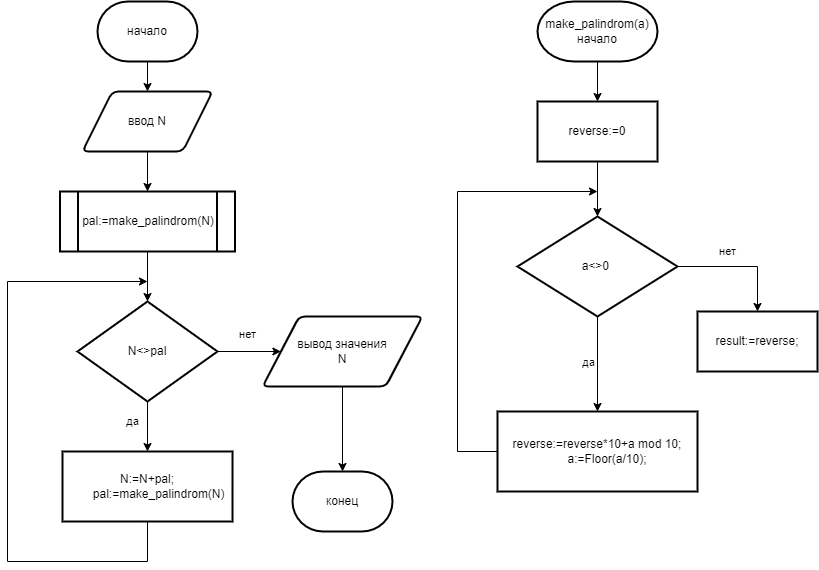
Before: lab1_dop.png, a diagram exported from draw.io (MarkOstapchuk/lab-1). Source tidied: cells renumbered, new cells last; positions are measured from the earlier drawing's top-left corner, leaving out a move shared by most shapes. Source of this version:
```xml
<mxGraphModel>
  <root>
    <mxCell id="0" />
    <mxCell id="1" parent="0" />
    <mxCell id="2" value="начало" style="strokeWidth=2;html=1;shape=mxgraph.flowchart.terminator;whiteSpace=wrap;" parent="1" vertex="1">
      <mxGeometry x="90" width="100" height="60" as="geometry" />
    </mxCell>
    <mxCell id="3" value="ввод N" style="shape=parallelogram;html=1;strokeWidth=2;perimeter=parallelogramPerimeter;whiteSpace=wrap;rounded=1;arcSize=12;size=0.23;" parent="1" vertex="1">
      <mxGeometry x="75" y="90" width="130" height="60" as="geometry" />
    </mxCell>
    <mxCell id="4" style="endArrow=classic;html=1;rounded=0;entryX=0.5;entryY=0;entryDx=0;entryDy=0;exitX=0.5;exitY=1;exitDx=0;exitDy=0;exitPerimeter=0;" parent="1" edge="1" source="2" target="3">
      <mxGeometry relative="1" as="geometry" />
    </mxCell>
    <mxCell id="5" style="endArrow=classic;html=1;rounded=0;exitX=0.5;exitY=1;exitDx=0;exitDy=0;entryX=0.5;entryY=0;entryDx=0;entryDy=0;" parent="1" edge="1" source="3" target="6">
      <mxGeometry relative="1" as="geometry" />
    </mxCell>
    <mxCell id="6" value="pal:=make_palindrom(N)" style="shape=process;whiteSpace=wrap;html=1;backgroundOutline=1;strokeWidth=2;" parent="1" vertex="1">
      <mxGeometry x="52.5" y="190" width="175" height="60" as="geometry" />
    </mxCell>
    <mxCell id="7" style="endArrow=classic;html=1;rounded=0;exitX=0.5;exitY=1;exitDx=0;exitDy=0;entryX=0.5;entryY=0;entryDx=0;entryDy=0;entryPerimeter=0;" parent="1" edge="1" source="6" target="8">
      <mxGeometry relative="1" as="geometry" />
    </mxCell>
    <mxCell id="8" value="N&amp;lt;&amp;gt;pal" style="strokeWidth=2;html=1;shape=mxgraph.flowchart.decision;whiteSpace=wrap;" parent="1" vertex="1">
      <mxGeometry x="70" y="300" width="140" height="100" as="geometry" />
    </mxCell>
    <mxCell id="9" value="да" style="endArrow=classic;html=1;rounded=0;exitX=0.5;exitY=1;exitDx=0;exitDy=0;exitPerimeter=0;entryX=0.5;entryY=0;entryDx=0;entryDy=0;spacingRight=30;spacingBottom=11;" parent="1" edge="1" source="8" target="10">
      <mxGeometry relative="1" as="geometry" />
    </mxCell>
    <mxCell id="10" value="&lt;div&gt;N:=N+pal;&lt;/div&gt;&lt;div&gt;&amp;nbsp; &amp;nbsp; &amp;nbsp; &amp;nbsp;pal:=make_palindrom(N)&lt;/div&gt;" style="rounded=0;whiteSpace=wrap;html=1;strokeWidth=2;" parent="1" vertex="1">
      <mxGeometry x="55" y="450" width="170" height="70" as="geometry" />
    </mxCell>
    <mxCell id="11" style="endArrow=classic;html=1;rounded=0;exitX=0.5;exitY=1;exitDx=0;exitDy=0;" parent="1" edge="1" source="10">
      <mxGeometry relative="1" as="geometry">
        <mxPoint x="140" y="280" as="targetPoint" />
        <Array as="points">
          <mxPoint x="140" y="560" />
          <mxPoint y="560" />
          <mxPoint y="280" />
        </Array>
      </mxGeometry>
    </mxCell>
    <mxCell id="12" value="нет" style="endArrow=classic;html=1;rounded=0;exitX=1;exitY=0.5;exitDx=0;exitDy=0;exitPerimeter=0;entryX=0;entryY=0.5;entryDx=0;entryDy=0;spacingBottom=15;" parent="1" edge="1" source="8" target="13">
      <mxGeometry x="-0.05" y="10" relative="1" as="geometry" />
    </mxCell>
    <mxCell id="13" value="вывод значения&lt;br&gt;N" style="shape=parallelogram;html=1;strokeWidth=2;perimeter=parallelogramPerimeter;whiteSpace=wrap;rounded=1;arcSize=12;size=0.23;" parent="1" vertex="1">
      <mxGeometry x="255" y="315" width="160" height="70" as="geometry" />
    </mxCell>
    <mxCell id="14" style="endArrow=classic;html=1;rounded=0;exitX=0.5;exitY=1;exitDx=0;exitDy=0;entryX=0.5;entryY=0;entryDx=0;entryDy=0;entryPerimeter=0;" parent="1" edge="1" source="13" target="15">
      <mxGeometry relative="1" as="geometry" />
    </mxCell>
    <mxCell id="15" value="конец" style="strokeWidth=2;html=1;shape=mxgraph.flowchart.terminator;whiteSpace=wrap;" parent="1" vertex="1">
      <mxGeometry x="285" y="470" width="100" height="60" as="geometry" />
    </mxCell>
    <mxCell id="16" value="make_palindrom(a)&lt;br&gt;начало" style="strokeWidth=2;html=1;shape=mxgraph.flowchart.terminator;whiteSpace=wrap;" parent="1" vertex="1">
      <mxGeometry x="530" width="120" height="60" as="geometry" />
    </mxCell>
    <mxCell id="17" value="reverse:=0" style="rounded=0;whiteSpace=wrap;html=1;strokeWidth=2;" parent="1" vertex="1">
      <mxGeometry x="530" y="100" width="120" height="60" as="geometry" />
    </mxCell>
    <mxCell id="18" style="endArrow=classic;html=1;rounded=0;entryX=0.5;entryY=0;entryDx=0;entryDy=0;exitX=0.5;exitY=1;exitDx=0;exitDy=0;exitPerimeter=0;" parent="1" edge="1" source="16" target="17">
      <mxGeometry relative="1" as="geometry" />
    </mxCell>
    <mxCell id="19" style="endArrow=classic;html=1;rounded=0;exitX=0.5;exitY=1;exitDx=0;exitDy=0;entryX=0.5;entryY=0;entryDx=0;entryDy=0;entryPerimeter=0;" parent="1" edge="1" source="17" target="20">
      <mxGeometry relative="1" as="geometry" />
    </mxCell>
    <mxCell id="20" value="a&amp;lt;&amp;gt;0&amp;nbsp;" style="strokeWidth=2;html=1;shape=mxgraph.flowchart.decision;whiteSpace=wrap;" parent="1" vertex="1">
      <mxGeometry x="510" y="215" width="160" height="100" as="geometry" />
    </mxCell>
    <mxCell id="21" value="&lt;div&gt;reverse:=reverse*10+a mod 10;&lt;/div&gt;&lt;div&gt;&amp;nbsp; &amp;nbsp; &amp;nbsp; a:=Floor(a/10);&lt;/div&gt;" style="rounded=0;whiteSpace=wrap;html=1;strokeWidth=2;" parent="1" vertex="1">
      <mxGeometry x="490" y="410" width="200" height="80" as="geometry" />
    </mxCell>
    <mxCell id="22" style="endArrow=classic;html=1;rounded=0;exitX=0.5;exitY=1;exitDx=0;exitDy=0;exitPerimeter=0;entryX=0.5;entryY=0;entryDx=0;entryDy=0;" parent="1" edge="1" source="20" target="21">
      <mxGeometry relative="1" as="geometry" />
    </mxCell>
    <mxCell id="23" value="да" style="edgeLabel;html=1;align=center;verticalAlign=middle;" parent="22" vertex="1">
      <mxGeometry x="-0.22" relative="1" as="geometry">
        <mxPoint x="-10" y="8" as="offset" />
      </mxGeometry>
    </mxCell>
    <mxCell id="24" style="endArrow=classic;html=1;rounded=0;exitX=0;exitY=0.5;exitDx=0;exitDy=0;" parent="1" edge="1" source="21">
      <mxGeometry relative="1" as="geometry">
        <mxPoint x="590" y="190" as="targetPoint" />
        <Array as="points">
          <mxPoint x="450" y="450" />
          <mxPoint x="450" y="190" />
        </Array>
      </mxGeometry>
    </mxCell>
    <mxCell id="25" value="нет" style="endArrow=classic;html=1;rounded=0;exitX=1;exitY=0.5;exitDx=0;exitDy=0;exitPerimeter=0;entryX=0.5;entryY=0;entryDx=0;entryDy=0;" parent="1" edge="1" source="20" target="26">
      <mxGeometry x="-0.2" y="15" relative="1" as="geometry">
        <Array as="points">
          <mxPoint x="750" y="265" />
        </Array>
      </mxGeometry>
    </mxCell>
    <mxCell id="26" value="result:=reverse;" style="rounded=0;whiteSpace=wrap;html=1;strokeWidth=2;" parent="1" vertex="1">
      <mxGeometry x="690" y="310" width="120" height="60" as="geometry" />
    </mxCell>
  </root>
</mxGraphModel>
```
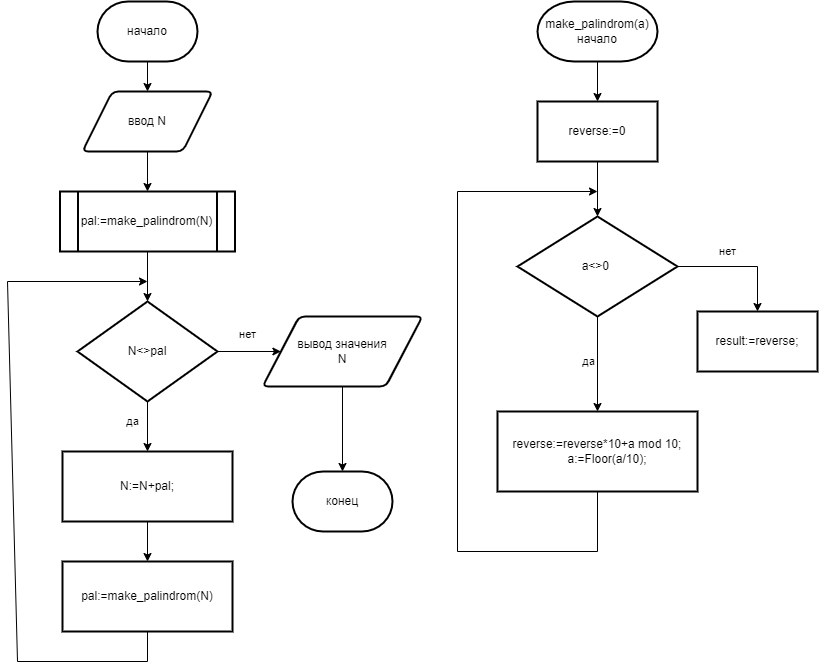
After the commit.

What changed in the source:
```diff
@@ -26,15 +26,15 @@
     <mxCell id="9" value="да" style="endArrow=classic;html=1;rounded=0;exitX=0.5;exitY=1;exitDx=0;exitDy=0;exitPerimeter=0;entryX=0.5;entryY=0;entryDx=0;entryDy=0;spacingRight=30;spacingBottom=11;" parent="1" edge="1" source="8" target="10">
       <mxGeometry relative="1" as="geometry" />
     </mxCell>
-    <mxCell id="10" value="&lt;div&gt;N:=N+pal;&lt;/div&gt;&lt;div&gt;&amp;nbsp; &amp;nbsp; &amp;nbsp; &amp;nbsp;pal:=make_palindrom(N)&lt;/div&gt;" style="rounded=0;whiteSpace=wrap;html=1;strokeWidth=2;" parent="1" vertex="1">
+    <mxCell id="10" value="&lt;div&gt;N:=N+pal;&lt;/div&gt;" style="rounded=0;whiteSpace=wrap;html=1;strokeWidth=2;" parent="1" vertex="1">
       <mxGeometry x="55" y="450" width="170" height="70" as="geometry" />
     </mxCell>
-    <mxCell id="11" style="endArrow=classic;html=1;rounded=0;exitX=0.5;exitY=1;exitDx=0;exitDy=0;" parent="1" edge="1" source="10">
+    <mxCell id="11" style="endArrow=classic;html=1;rounded=0;exitX=0.5;exitY=1;exitDx=0;exitDy=0;" parent="1" edge="1" source="27">
       <mxGeometry relative="1" as="geometry">
         <mxPoint x="140" y="280" as="targetPoint" />
         <Array as="points">
-          <mxPoint x="140" y="560" />
-          <mxPoint y="560" />
+          <mxPoint x="140" y="660" />
+          <mxPoint x="10" y="660" />
           <mxPoint y="280" />
         </Array>
       </mxGeometry>
@@ -77,11 +77,12 @@
         <mxPoint x="-10" y="8" as="offset" />
       </mxGeometry>
     </mxCell>
-    <mxCell id="24" style="endArrow=classic;html=1;rounded=0;exitX=0;exitY=0.5;exitDx=0;exitDy=0;" parent="1" edge="1" source="21">
+    <mxCell id="24" style="endArrow=classic;html=1;rounded=0;exitX=0.5;exitY=1;exitDx=0;exitDy=0;" parent="1" edge="1" source="21">
       <mxGeometry relative="1" as="geometry">
         <mxPoint x="590" y="190" as="targetPoint" />
         <Array as="points">
-          <mxPoint x="450" y="450" />
+          <mxPoint x="590" y="550" />
+          <mxPoint x="450" y="550" />
           <mxPoint x="450" y="190" />
         </Array>
       </mxGeometry>
@@ -96,5 +97,11 @@
     <mxCell id="26" value="result:=reverse;" style="rounded=0;whiteSpace=wrap;html=1;strokeWidth=2;" parent="1" vertex="1">
       <mxGeometry x="690" y="310" width="120" height="60" as="geometry" />
     </mxCell>
+    <mxCell id="27" value="&lt;div&gt;&lt;span style=&quot;background-color: initial;&quot;&gt;pal:=make_palindrom(N)&lt;/span&gt;&lt;br&gt;&lt;/div&gt;" style="rounded=0;whiteSpace=wrap;html=1;strokeWidth=2;" parent="1" vertex="1">
+      <mxGeometry x="55" y="560" width="170" height="70" as="geometry" />
+    </mxCell>
+    <mxCell id="28" style="endArrow=classic;html=1;rounded=0;exitX=0.5;exitY=1;exitDx=0;exitDy=0;entryX=0.5;entryY=0;entryDx=0;entryDy=0;" parent="1" edge="1" source="10" target="27">
+      <mxGeometry relative="1" as="geometry" />
+    </mxCell>
   </root>
 </mxGraphModel>
```
